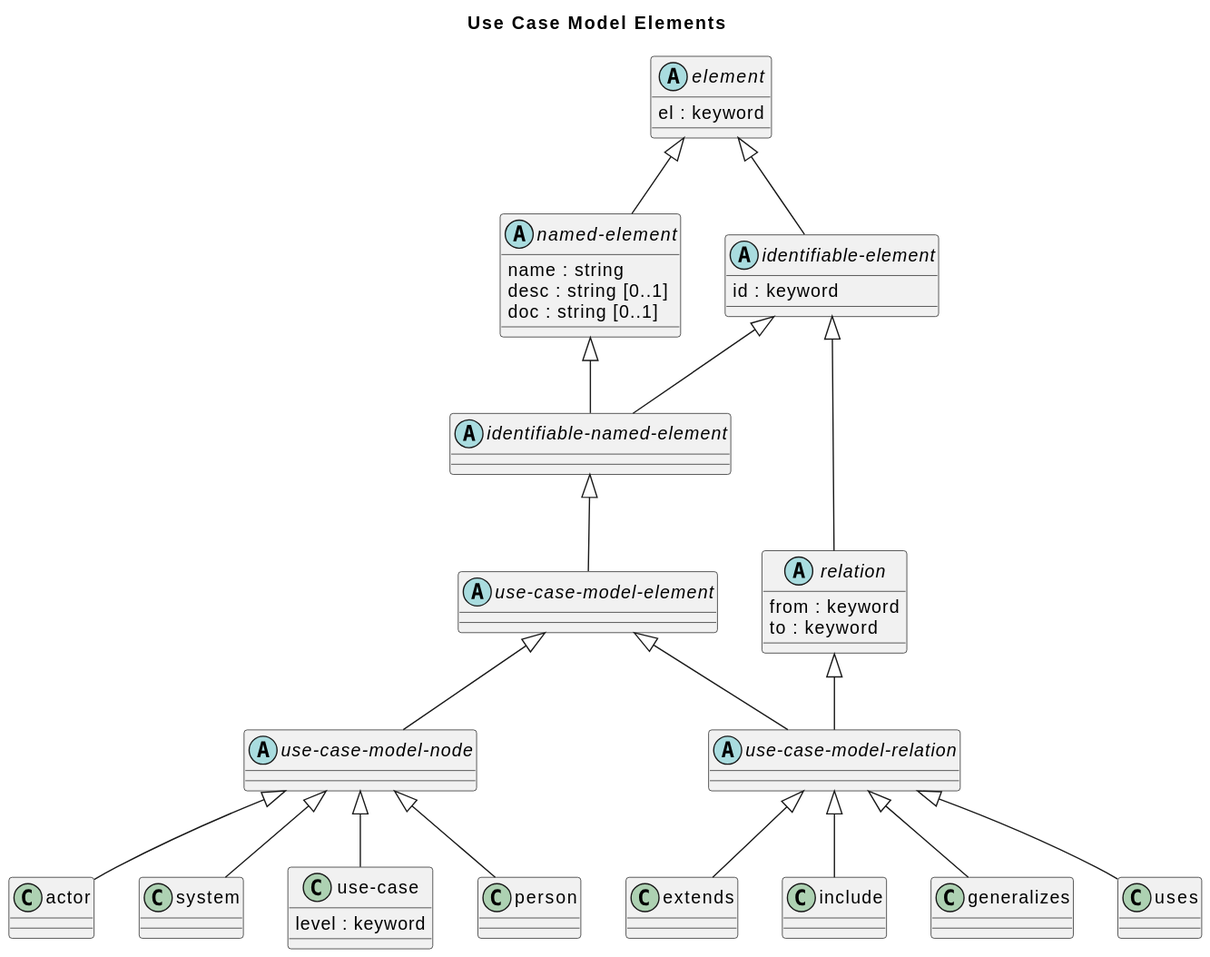
Before: doc/images/overarch/data-model/use-case-model-elements.svg, a diagram exported from PlantUML (soulspace-org/overarch).
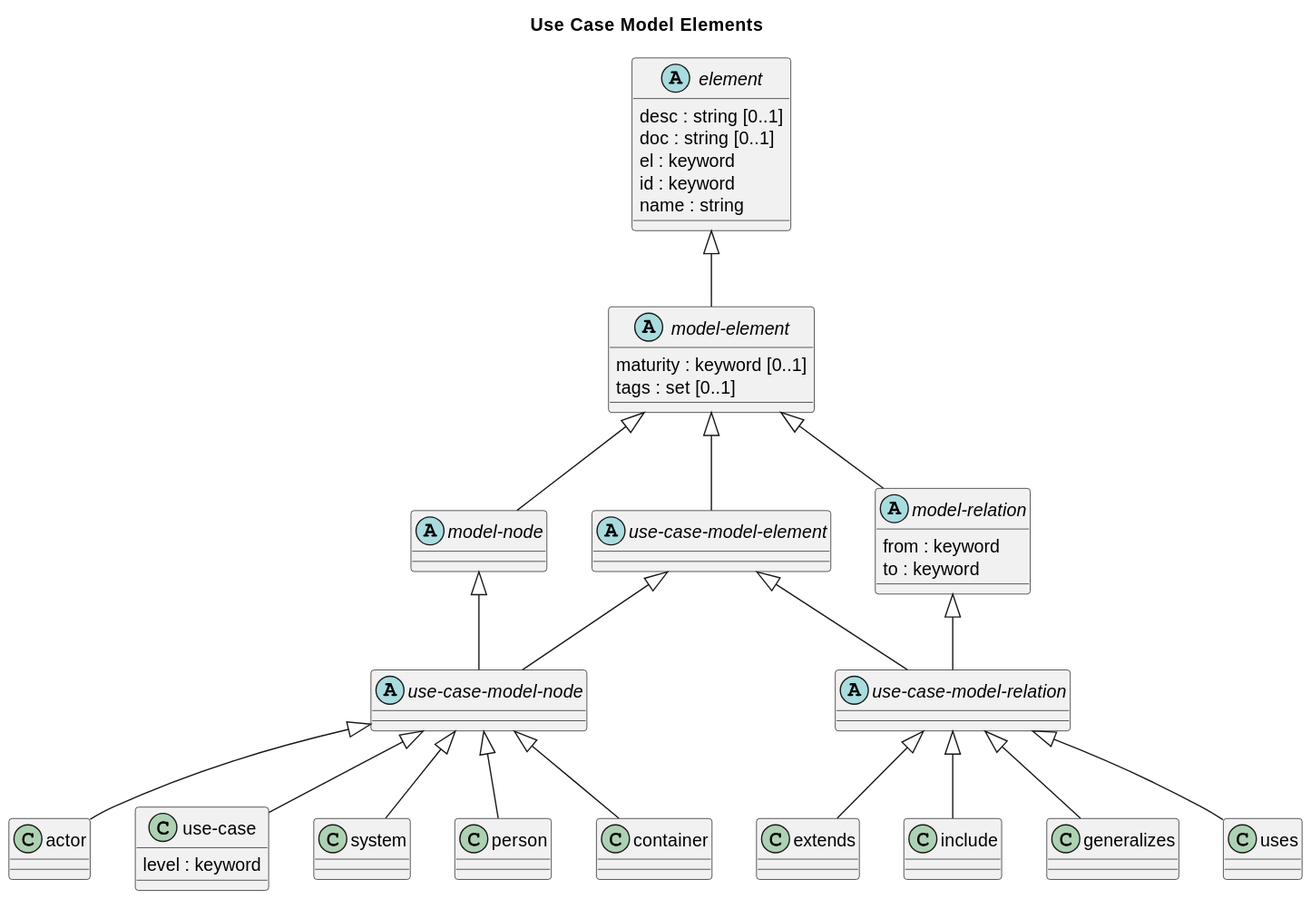
The same diagram one commit later.

Commit message:
updated data-model diagrams

Diff of the diagram source:
```diff
@@ -1,50 +1,51 @@
 @startuml
 title Use Case Model Elements
 
-abstract class "identifiable-named-element" as overarch_dataModel_identifiableNamedElement {}
 class "actor" as overarch_dataModel_actor {}
-class "system" as overarch_dataModel_system {}
+abstract class "element" as overarch_dataModel_element {
+  desc : string [0..1]
+  doc : string [0..1]
+  el : keyword
+  id : keyword
+  name : string
+}
 class "extends" as overarch_dataModel_extends {}
 class "include" as overarch_dataModel_include {}
-abstract class "element" as overarch_dataModel_element {
-  el : keyword
+class "generalizes" as overarch_dataModel_generalizes {}
+class "use-case" as overarch_dataModel_useCase {
+  level : keyword
 }
-class "generalizes" as overarch_dataModel_generalizes {}
-abstract class "relation" as overarch_dataModel_relation {
+abstract class "model-node" as overarch_dataModel_modelNode {}
+abstract class "use-case-model-relation" as overarch_dataModel_useCaseModelRelation {}
+abstract class "model-relation" as overarch_dataModel_modelRelation {
   from : keyword
   to : keyword
 }
-class "use-case" as overarch_dataModel_useCase {
-  level : keyword
-}
-abstract class "named-element" as overarch_dataModel_namedElement {
-  name : string
-  desc : string [0..1]
-  doc : string [0..1]
-}
-abstract class "use-case-model-relation" as overarch_dataModel_useCaseModelRelation {}
 abstract class "use-case-model-node" as overarch_dataModel_useCaseModelNode {}
 class "uses" as overarch_dataModel_uses {}
-abstract class "identifiable-element" as overarch_dataModel_identifiableElement {
-  id : keyword
+class "system" as overarch_dataModel_system {}
+abstract class "model-element" as overarch_dataModel_modelElement {
+  maturity : keyword [0..1]
+  tags : set [0..1]
 }
 abstract class "use-case-model-element" as overarch_dataModel_useCaseModelElement {}
 class "person" as overarch_dataModel_person {}
-overarch_dataModel_element <|-- overarch_dataModel_identifiableElement
-overarch_dataModel_element <|-- overarch_dataModel_namedElement
-overarch_dataModel_identifiableElement <|-- overarch_dataModel_identifiableNamedElement
-overarch_dataModel_namedElement <|-- overarch_dataModel_identifiableNamedElement
-overarch_dataModel_identifiableElement <|-- overarch_dataModel_relation
-overarch_dataModel_identifiableNamedElement <|-- overarch_dataModel_useCaseModelElement
+class "container" as overarch_dataModel_container {}
+overarch_dataModel_useCaseModelRelation <|-- overarch_dataModel_extends
+overarch_dataModel_element <|-- overarch_dataModel_modelElement
+overarch_dataModel_modelElement <|-- overarch_dataModel_modelNode
+overarch_dataModel_modelNode <|-- overarch_dataModel_useCaseModelNode
+overarch_dataModel_useCaseModelNode <|-- overarch_dataModel_useCase
+overarch_dataModel_useCaseModelNode <|-- overarch_dataModel_system
+overarch_dataModel_modelElement <|-- overarch_dataModel_modelRelation
+overarch_dataModel_useCaseModelNode <|-- overarch_dataModel_person
+overarch_dataModel_useCaseModelNode <|-- overarch_dataModel_actor
+overarch_dataModel_useCaseModelNode <|-- overarch_dataModel_container
+overarch_dataModel_useCaseModelRelation <|-- overarch_dataModel_include
+overarch_dataModel_modelElement <|-- overarch_dataModel_useCaseModelElement
+overarch_dataModel_useCaseModelElement <|-- overarch_dataModel_useCaseModelRelation
 overarch_dataModel_useCaseModelElement <|-- overarch_dataModel_useCaseModelNode
-overarch_dataModel_useCaseModelElement <|-- overarch_dataModel_useCaseModelRelation
-overarch_dataModel_relation <|-- overarch_dataModel_useCaseModelRelation
-overarch_dataModel_useCaseModelNode <|-- overarch_dataModel_actor
-overarch_dataModel_useCaseModelNode <|-- overarch_dataModel_person
-overarch_dataModel_useCaseModelNode <|-- overarch_dataModel_system
-overarch_dataModel_useCaseModelNode <|-- overarch_dataModel_useCase
+overarch_dataModel_modelRelation <|-- overarch_dataModel_useCaseModelRelation
 overarch_dataModel_useCaseModelRelation <|-- overarch_dataModel_uses
-overarch_dataModel_useCaseModelRelation <|-- overarch_dataModel_include
-overarch_dataModel_useCaseModelRelation <|-- overarch_dataModel_extends
 overarch_dataModel_useCaseModelRelation <|-- overarch_dataModel_generalizes
 @enduml
```
